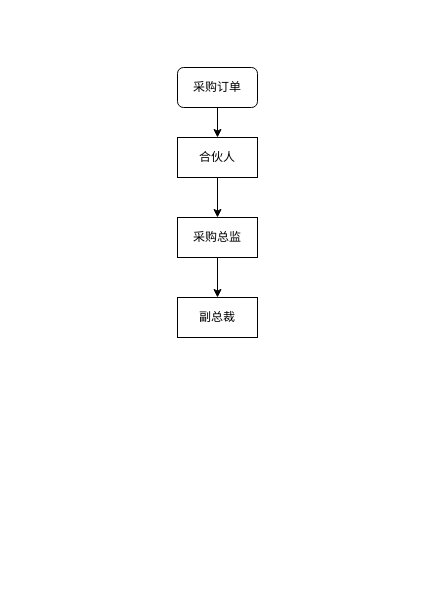
Before: 采购订单审批.drawio in woaj01/-, a draw.io diagram. Source tidied: cells renumbered, new cells numbered last; positions are measured from the earlier drawing's top-left corner, leaving out a move shared by most shapes. Both pictures are drawn from the tidied source at 100%, with x=0, y=0 at pixel (177, 67).
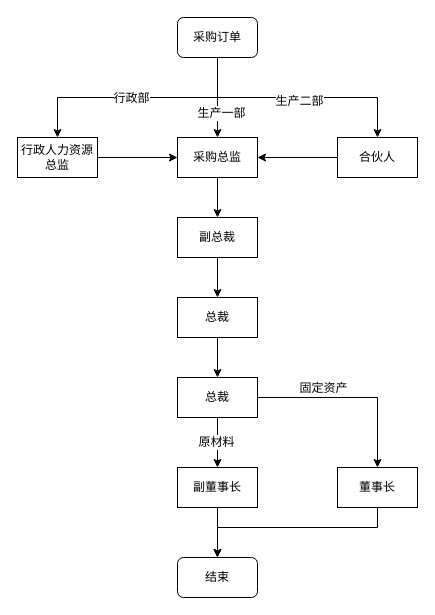
The same page after the edit.

Commit message:
更新采购订单审批.drawio

The change refers to these unchanged cells:
```xml
<mxCell id="2" style="edgeStyle=orthogonalEdgeStyle;rounded=0;jettySize=auto;html=1;exitX=0.5;exitY=1;exitDx=0;exitDy=0;entryX=0.5;entryY=0;entryDx=0;entryDy=0;" parent="1" edge="1" source="3" target="5">
  <mxGeometry relative="1" as="geometry" />
</mxCell>
```

Change to the diagram source:
```diff
@@
+    <mxCell id="9" value="生产一部" style="text;html=1;align=center;verticalAlign=middle;labelBackgroundColor=#ffffff;" parent="2" vertex="1">
+      <mxGeometry x="0.38" y="3" relative="1" as="geometry" />
+    </mxCell>
+    <mxCell id="10" style="edgeStyle=orthogonalEdgeStyle;rounded=0;jettySize=auto;html=1;exitX=0.5;exitY=1;exitDx=0;exitDy=0;" parent="1" edge="1" source="3" target="17">
+      <mxGeometry relative="1" as="geometry" />
+    </mxCell>
+    <mxCell id="11" value="生产二部" style="text;html=1;align=center;verticalAlign=middle;labelBackgroundColor=#ffffff;" parent="10" vertex="1">
+      <mxGeometry x="0.01" y="-3" relative="1" as="geometry" />
+    </mxCell>
+    <mxCell id="12" style="edgeStyle=orthogonalEdgeStyle;rounded=0;jettySize=auto;html=1;exitX=0.5;exitY=1;exitDx=0;exitDy=0;" parent="1" edge="1" source="3" target="15">
+      <mxGeometry relative="1" as="geometry" />
+    </mxCell>
+    <mxCell id="13" value="行政部" style="text;html=1;align=center;verticalAlign=middle;labelBackgroundColor=#ffffff;" parent="12" vertex="1">
+      <mxGeometry x="0.06" relative="1" as="geometry" />
+    </mxCell>
     <mxCell id="3" value="采购订单" style="rounded=1;whiteSpace=wrap;html=1;" parent="1" vertex="1">
-      <mxGeometry width="80" height="40" as="geometry" />
+      <mxGeometry y="-50" width="80" height="40" as="geometry" />
     </mxCell>
@@
-    <mxCell id="5" value="合伙人" style="rounded=0;whiteSpace=wrap;html=1;" parent="1" vertex="1">
+    <mxCell id="5" value="采购总监" style="rounded=0;whiteSpace=wrap;html=1;" parent="1" vertex="1">
       <mxGeometry y="70" width="80" height="40" as="geometry" />
     </mxCell>
+    <mxCell id="14" style="edgeStyle=orthogonalEdgeStyle;rounded=0;jettySize=auto;html=1;exitX=1;exitY=0.5;exitDx=0;exitDy=0;entryX=0;entryY=0.5;entryDx=0;entryDy=0;" parent="1" edge="1" source="15" target="5">
+      <mxGeometry relative="1" as="geometry" />
+    </mxCell>
+    <mxCell id="15" value="行政人力资源总监" style="rounded=0;whiteSpace=wrap;html=1;" parent="1" vertex="1">
+      <mxGeometry x="-160" y="70" width="80" height="40" as="geometry" />
+    </mxCell>
+    <mxCell id="16" style="edgeStyle=orthogonalEdgeStyle;rounded=0;jettySize=auto;html=1;exitX=0;exitY=0.5;exitDx=0;exitDy=0;entryX=1;entryY=0.5;entryDx=0;entryDy=0;" parent="1" edge="1" source="17" target="5">
+      <mxGeometry relative="1" as="geometry" />
+    </mxCell>
+    <mxCell id="17" value="合伙人" style="rounded=0;whiteSpace=wrap;html=1;" parent="1" vertex="1">
+      <mxGeometry x="160" y="70" width="80" height="40" as="geometry" />
+    </mxCell>
@@
-    <mxCell id="7" value="采购总监" style="rounded=0;whiteSpace=wrap;html=1;" parent="1" vertex="1">
+    <mxCell id="7" value="副总裁" style="rounded=0;whiteSpace=wrap;html=1;" parent="1" vertex="1">
       <mxGeometry y="150" width="80" height="40" as="geometry" />
     </mxCell>
+    <mxCell id="18" style="edgeStyle=orthogonalEdgeStyle;rounded=0;jettySize=auto;html=1;" parent="1" edge="1" source="8" target="23">
+      <mxGeometry relative="1" as="geometry" />
+    </mxCell>
-    <mxCell id="8" value="副总裁" style="rounded=0;whiteSpace=wrap;html=1;" parent="1" vertex="1">
+    <mxCell id="8" value="总裁" style="rounded=0;whiteSpace=wrap;html=1;" parent="1" vertex="1">
       <mxGeometry y="230" width="80" height="40" as="geometry" />
     </mxCell>
+    <mxCell id="19" style="edgeStyle=orthogonalEdgeStyle;rounded=0;jettySize=auto;html=1;" parent="1" edge="1" source="23" target="25">
+      <mxGeometry relative="1" as="geometry" />
+    </mxCell>
+    <mxCell id="20" value="原材料&lt;br&gt;" style="text;html=1;align=center;verticalAlign=middle;labelBackgroundColor=#ffffff;" parent="19" vertex="1">
+      <mxGeometry x="-0.05" y="-2" relative="1" as="geometry" />
+    </mxCell>
+    <mxCell id="21" style="edgeStyle=orthogonalEdgeStyle;rounded=0;jettySize=auto;html=1;exitX=1;exitY=0.5;exitDx=0;exitDy=0;entryX=0.5;entryY=0;entryDx=0;entryDy=0;" parent="1" edge="1" source="23" target="27">
+      <mxGeometry relative="1" as="geometry" />
+    </mxCell>
+    <mxCell id="22" value="固定资产" style="text;html=1;align=center;verticalAlign=middle;labelBackgroundColor=#ffffff;" parent="21" vertex="1">
+      <mxGeometry x="-0.04" y="-4" relative="1" as="geometry">
+        <mxPoint x="-26" y="-14" as="offset" />
+      </mxGeometry>
+    </mxCell>
+    <mxCell id="23" value="总裁" style="rounded=0;whiteSpace=wrap;html=1;" parent="1" vertex="1">
+      <mxGeometry y="310" width="80" height="40" as="geometry" />
+    </mxCell>
+    <mxCell id="24" style="edgeStyle=orthogonalEdgeStyle;rounded=0;jettySize=auto;html=1;exitX=0.5;exitY=1;exitDx=0;exitDy=0;" parent="1" edge="1" source="25" target="28">
+      <mxGeometry relative="1" as="geometry" />
+    </mxCell>
+    <mxCell id="25" value="副董事长" style="rounded=0;whiteSpace=wrap;html=1;" parent="1" vertex="1">
+      <mxGeometry y="400" width="80" height="40" as="geometry" />
+    </mxCell>
+    <mxCell id="26" style="edgeStyle=orthogonalEdgeStyle;rounded=0;jettySize=auto;html=1;exitX=0.5;exitY=1;exitDx=0;exitDy=0;entryX=0.5;entryY=0;entryDx=0;entryDy=0;" parent="1" edge="1" source="27" target="28">
+      <mxGeometry relative="1" as="geometry">
+        <Array as="points">
+          <mxPoint x="200" y="460" />
+          <mxPoint x="40" y="460" />
+        </Array>
+      </mxGeometry>
+    </mxCell>
+    <mxCell id="27" value="董事长" style="rounded=0;whiteSpace=wrap;html=1;" parent="1" vertex="1">
+      <mxGeometry x="160" y="400" width="80" height="40" as="geometry" />
+    </mxCell>
+    <mxCell id="28" value="结束" style="rounded=1;whiteSpace=wrap;html=1;" parent="1" vertex="1">
+      <mxGeometry y="490" width="80" height="40" as="geometry" />
+    </mxCell>
```
